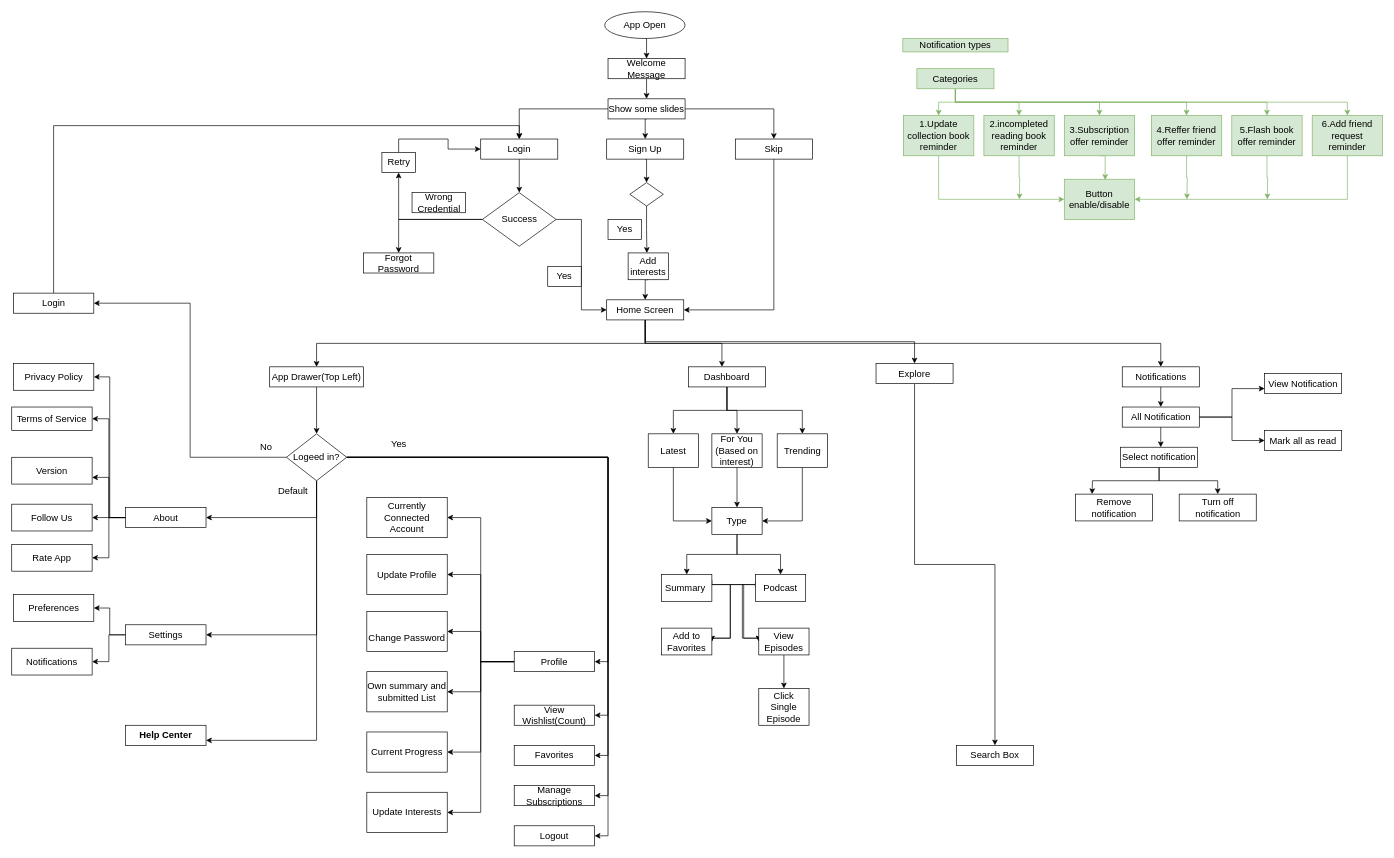
This is BookJuice.drawio from showkat2203/bookJuice, a draw.io file, before an edit. Source tidied: cells renumbered, new cells numbered last; positions are measured from the earlier drawing's top-left corner, leaving out a move shared by most shapes. Both pictures are drawn from the tidied source at 67%, with x=0, y=0 at pixel (11, 11).
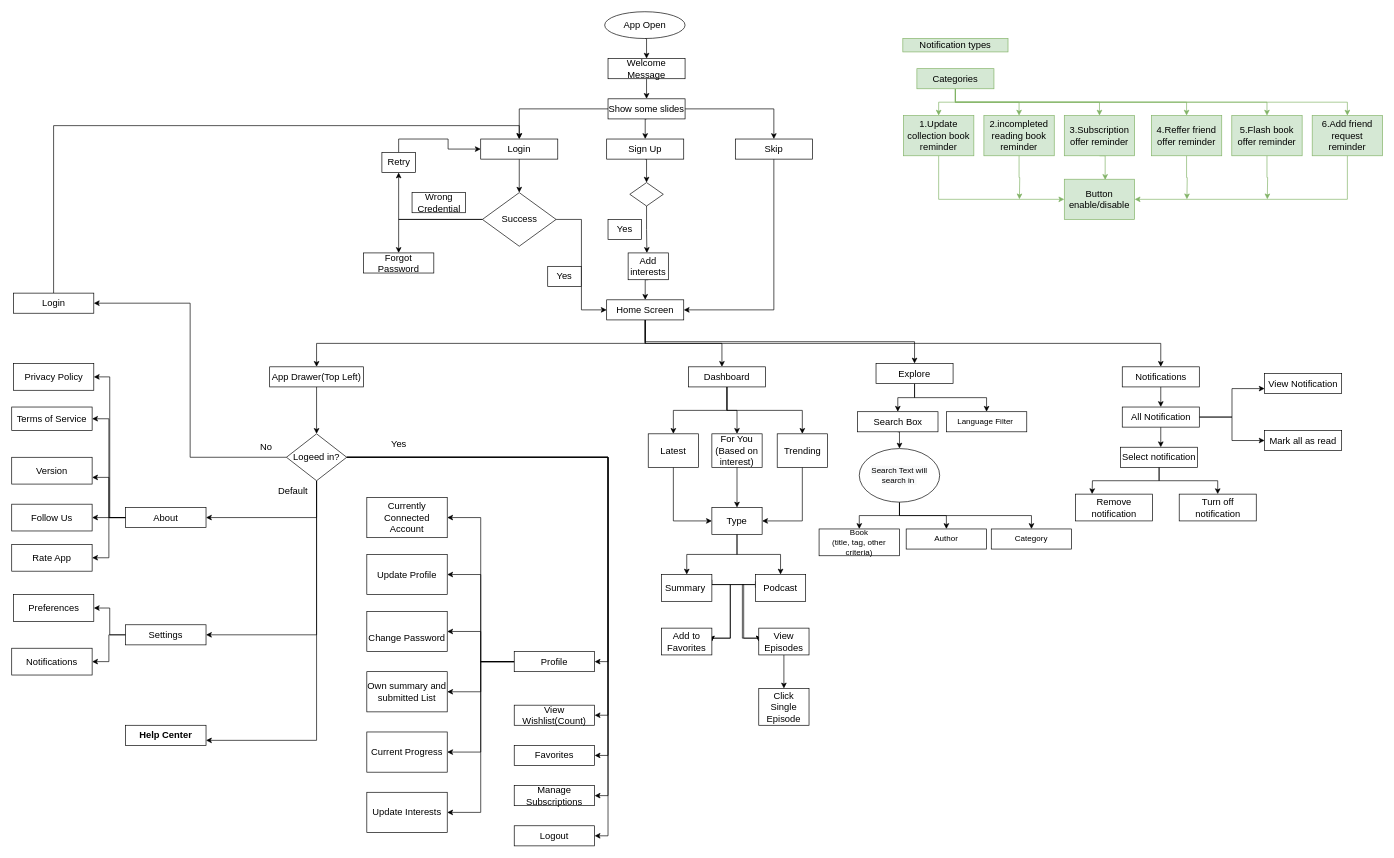
The same diagram, later.

Commit message:
Explore Option

Unchanged cells that the change refers to:
```xml
<mxCell id="32" value="Explore&lt;br style=&quot;font-size: 14px;&quot;&gt;" style="rounded=0;whiteSpace=wrap;html=1;fontSize=14;labelBorderColor=none;" parent="1" vertex="1">
  <mxGeometry x="1290" y="525" width="115" height="30" as="geometry" />
</mxCell>
```

What changed in the source:
```diff
@@
-    <mxCell id="31" style="edgeStyle=orthogonalEdgeStyle;rounded=0;jettySize=auto;html=1;exitX=0.5;exitY=1;exitDx=0;exitDy=0;entryX=0.5;entryY=0;entryDx=0;entryDy=0;fontSize=14;labelBorderColor=none;" parent="1" edge="1" source="32" target="139">
+    <mxCell id="31" style="edgeStyle=orthogonalEdgeStyle;rounded=0;jettySize=auto;html=1;exitX=0.5;exitY=1;exitDx=0;exitDy=0;entryX=0.5;entryY=0;entryDx=0;entryDy=0;" parent="1" edge="1" source="32" target="139">
       <mxGeometry relative="1" as="geometry" />
     </mxCell>
+    <mxCell id="147" style="edgeStyle=orthogonalEdgeStyle;rounded=0;jettySize=auto;html=1;exitX=0.5;exitY=1;exitDx=0;exitDy=0;entryX=0.5;entryY=0;entryDx=0;entryDy=0;" parent="1" edge="1" source="32" target="156">
+      <mxGeometry relative="1" as="geometry" />
+    </mxCell>
@@
-    <mxCell id="139" value="Search Box" style="rounded=0;whiteSpace=wrap;html=1;fontSize=14;labelBorderColor=none;" parent="1" vertex="1">
-      <mxGeometry x="1410" y="1095" width="115" height="30" as="geometry" />
-    </mxCell>
@@
+    <mxCell id="148" style="edgeStyle=orthogonalEdgeStyle;rounded=0;jettySize=auto;html=1;exitX=0.5;exitY=1;exitDx=0;exitDy=0;entryX=0.5;entryY=0;entryDx=0;entryDy=0;" parent="1" edge="1" source="139" target="152">
+      <mxGeometry relative="1" as="geometry" />
+    </mxCell>
+    <mxCell id="139" value="Search Box" style="rounded=0;whiteSpace=wrap;html=1;fontSize=14;labelBorderColor=none;" parent="1" vertex="1">
+      <mxGeometry x="1262.5" y="597" width="120" height="30" as="geometry" />
+    </mxCell>
+    <mxCell id="149" style="edgeStyle=orthogonalEdgeStyle;rounded=0;jettySize=auto;html=1;exitX=0.5;exitY=1;exitDx=0;exitDy=0;entryX=0.5;entryY=0;entryDx=0;entryDy=0;" parent="1" edge="1" source="152" target="153">
+      <mxGeometry relative="1" as="geometry" />
+    </mxCell>
+    <mxCell id="150" style="edgeStyle=orthogonalEdgeStyle;rounded=0;jettySize=auto;html=1;exitX=0.5;exitY=1;exitDx=0;exitDy=0;entryX=0.5;entryY=0;entryDx=0;entryDy=0;" parent="1" edge="1" source="152" target="154">
+      <mxGeometry relative="1" as="geometry" />
+    </mxCell>
+    <mxCell id="151" style="edgeStyle=orthogonalEdgeStyle;rounded=0;jettySize=auto;html=1;exitX=0.5;exitY=1;exitDx=0;exitDy=0;entryX=0.5;entryY=0;entryDx=0;entryDy=0;" parent="1" edge="1" source="152" target="155">
+      <mxGeometry relative="1" as="geometry" />
+    </mxCell>
+    <mxCell id="152" value="&lt;span style=&quot;color: rgb(0 , 0 , 0) ; font-family: &amp;#34;helvetica&amp;#34; ; font-size: 12px ; font-style: normal ; font-weight: 400 ; letter-spacing: normal ; text-align: center ; text-indent: 0px ; text-transform: none ; word-spacing: 0px ; background-color: rgb(248 , 249 , 250) ; display: inline ; float: none&quot;&gt;Search Text will search in&amp;nbsp;&lt;/span&gt;" style="ellipse;whiteSpace=wrap;html=1;" parent="1" vertex="1">
+      <mxGeometry x="1265" y="652" width="120" height="80" as="geometry" />
+    </mxCell>
+    <mxCell id="153" value="Book&lt;br&gt;(title, tag, other criteria)" style="rounded=0;whiteSpace=wrap;html=1;" parent="1" vertex="1">
+      <mxGeometry x="1205" y="772" width="120" height="40" as="geometry" />
+    </mxCell>
+    <mxCell id="154" value="Author" style="rounded=0;whiteSpace=wrap;html=1;" parent="1" vertex="1">
+      <mxGeometry x="1335" y="772" width="120" height="30" as="geometry" />
+    </mxCell>
+    <mxCell id="155" value="Category" style="rounded=0;whiteSpace=wrap;html=1;" parent="1" vertex="1">
+      <mxGeometry x="1462" y="772" width="120" height="30" as="geometry" />
+    </mxCell>
+    <mxCell id="156" value="Language Filter&amp;nbsp;" style="rounded=0;whiteSpace=wrap;html=1;" parent="1" vertex="1">
+      <mxGeometry x="1395" y="597" width="120" height="30" as="geometry" />
+    </mxCell>
```
